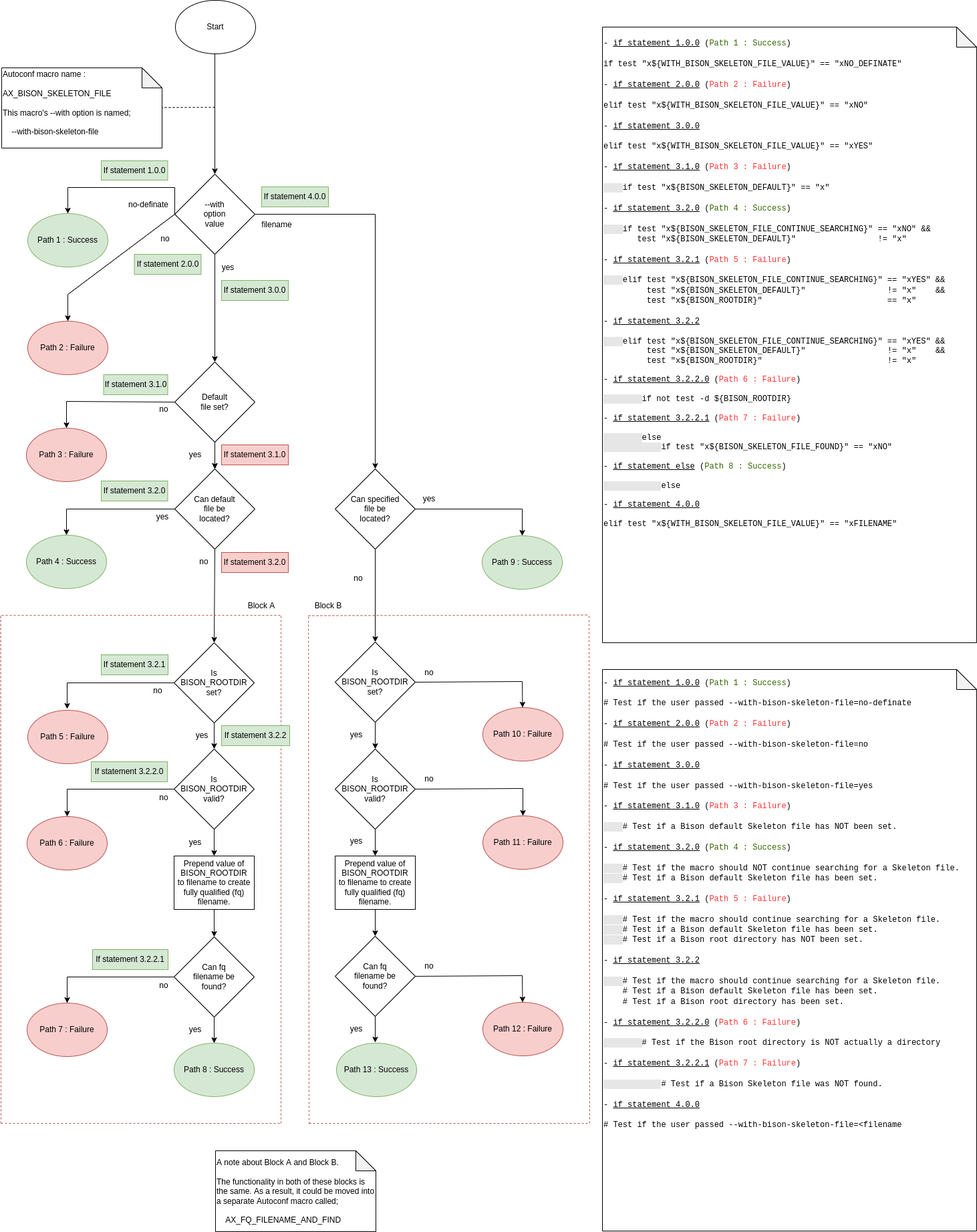
The draw.io diagram images/flowchart.png in c-sanders/AutoconfMacro-BisonSkeleton, before a commit. Source tidied: cells renumbered, new cells last; positions are measured from the earlier drawing's top-left corner, leaving out a move shared by most shapes.
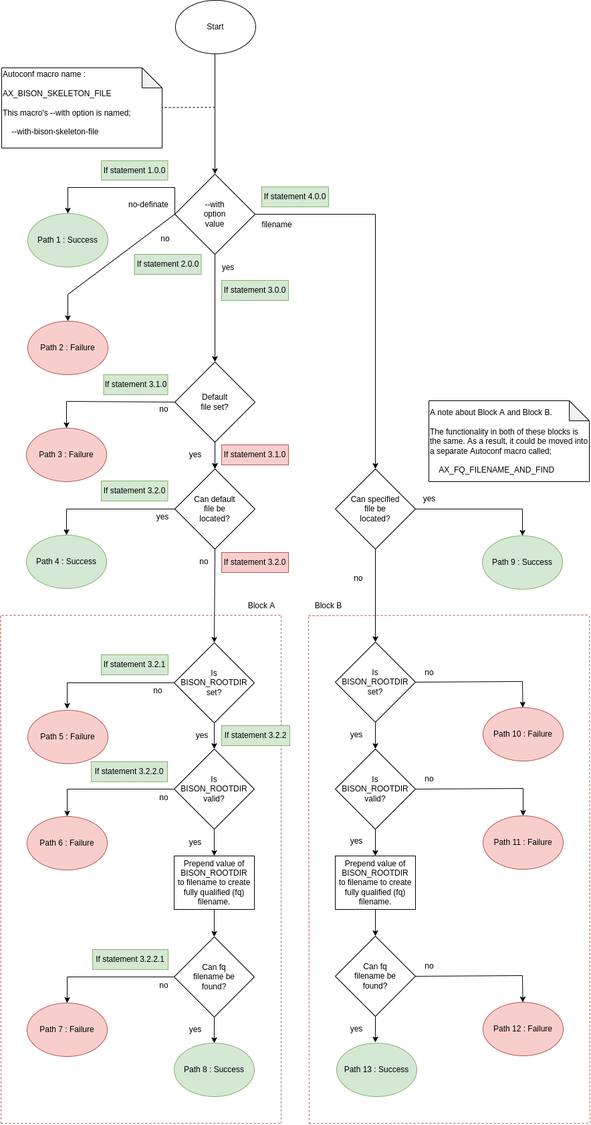
Above is the later version.

Change to the diagram source:
```diff
@@ -261,7 +261,7 @@
       <mxGeometry x="460" y="891" width="60" height="30" as="geometry" />
     </mxCell>
     <mxCell id="74" value="A note about Block A and Block B.&lt;br&gt;&lt;br&gt;The functionality in both of these blocks is the same. As a result, it could be moved into a separate Autoconf macro called;&lt;br&gt;&lt;br&gt;&amp;nbsp; &amp;nbsp; AX_FQ_FILENAME_AND_FIND" style="shape=note;whiteSpace=wrap;html=1;backgroundOutline=1;darkOpacity=0.05;align=left;" parent="1" vertex="1">
-      <mxGeometry x="321" y="1721" width="240" height="121" as="geometry" />
+      <mxGeometry x="640" y="599" width="240" height="121" as="geometry" />
     </mxCell>
     <mxCell id="75" style="endArrow=none;dashed=1;html=1;rounded=0;fillColor=#f8cecc;strokeColor=#b85450;" parent="1" edge="1">
       <mxGeometry relative="1" as="geometry">
@@ -388,11 +388,5 @@
     <mxCell id="101" value="If statement 3.1.0" style="text;html=1;strokeColor=#b85450;fillColor=#f8cecc;align=center;verticalAlign=middle;whiteSpace=wrap;rounded=0;" parent="1" vertex="1">
       <mxGeometry x="330" y="665" width="100" height="30" as="geometry" />
     </mxCell>
-    <mxCell id="102" value="&lt;font face=&quot;Courier New&quot;&gt;- &lt;u&gt;if statement 1.0.0&lt;/u&gt; (&lt;font style=&quot;&quot; color=&quot;#336600&quot;&gt;Path 1 : Success&lt;/font&gt;)&lt;br&gt;&lt;br&gt;if test &quot;x${WITH_BISON_SKELETON_FILE_VALUE}&quot; == &quot;xNO_DEFINATE&quot;&lt;br&gt;&lt;br&gt;- &lt;u&gt;if statement 2.0.0&lt;/u&gt; (&lt;font color=&quot;#ff3333&quot;&gt;Path 2 : Failure&lt;/font&gt;)&lt;br&gt;&lt;br&gt;elif test &quot;x${WITH_BISON_SKELETON_FILE_VALUE}&quot; == &quot;xNO&quot;&lt;br&gt;&lt;br&gt;- &lt;u&gt;if statement 3.0.0&lt;/u&gt;&lt;br&gt;&lt;br&gt;elif test &quot;x${WITH_BISON_SKELETON_FILE_VALUE}&quot; == &quot;xYES&quot;&lt;br&gt;&lt;br&gt;- &lt;u&gt;if statement 3.1.0&lt;/u&gt; (&lt;font color=&quot;#ff3333&quot;&gt;Path 3 : Failure&lt;/font&gt;)&lt;br&gt;&lt;br&gt;&lt;span style=&quot;background-color: rgb(230, 230, 230);&quot;&gt;&amp;nbsp; &amp;nbsp; &lt;/span&gt;if test &quot;x${BISON_SKELETON_DEFAULT}&quot; == &quot;x&quot;&lt;br&gt;&lt;br&gt;- &lt;u&gt;if statement 3.2.0&lt;/u&gt; (&lt;font color=&quot;#336600&quot;&gt;Path 4 : Success&lt;/font&gt;)&lt;br&gt;&lt;br&gt;&lt;span style=&quot;background-color: rgb(230, 230, 230);&quot;&gt;&amp;nbsp; &amp;nbsp;&amp;nbsp;&lt;/span&gt;&lt;span style=&quot;background-color: initial;&quot;&gt;if test &quot;x${BISON_SKELETON_FILE_CONTINUE_SEARCHING}&quot; == &quot;xNO&quot; &amp;amp;&amp;amp;&lt;/span&gt;&lt;/font&gt;&lt;div&gt;&lt;font face=&quot;Courier New&quot;&gt;&amp;nbsp; &amp;nbsp; &amp;nbsp; &amp;nbsp;test &quot;x${BISON_SKELETON_DEFAULT}&quot;&amp;nbsp; &amp;nbsp; &amp;nbsp; &amp;nbsp; &amp;nbsp; &amp;nbsp; &amp;nbsp; &amp;nbsp; &amp;nbsp;!= &quot;x&quot;&lt;/font&gt;&lt;/div&gt;&lt;font face=&quot;Courier New&quot;&gt;&lt;br&gt;- &lt;u&gt;if statement 3.2.1&lt;/u&gt; (&lt;font color=&quot;#ff3333&quot;&gt;Path 5 : Failure&lt;/font&gt;)&lt;br&gt;&lt;br&gt;&lt;/font&gt;&lt;div&gt;&lt;font face=&quot;Courier New&quot;&gt;&lt;span style=&quot;background-color: rgb(230, 230, 230);&quot;&gt;&amp;nbsp; &amp;nbsp; &lt;/span&gt;elif test &quot;x${BISON_SKELETON_FILE_CONTINUE_SEARCHING}&quot; == &quot;xYES&quot; &amp;amp;&amp;amp;&lt;/font&gt;&lt;/div&gt;&lt;div&gt;&lt;font face=&quot;Courier New&quot;&gt;&amp;nbsp; &amp;nbsp; &amp;nbsp; &amp;nbsp; &amp;nbsp;test &quot;x${BISON_SKELETON_DEFAULT}&quot;&amp;nbsp; &amp;nbsp; &amp;nbsp; &amp;nbsp; &amp;nbsp; &amp;nbsp; &amp;nbsp; &amp;nbsp; &amp;nbsp;!= &quot;x&quot;&amp;nbsp; &amp;nbsp; &amp;amp;&amp;amp;&lt;/font&gt;&lt;/div&gt;&lt;div&gt;&lt;font face=&quot;Courier New&quot;&gt;&amp;nbsp; &amp;nbsp; &amp;nbsp; &amp;nbsp; &amp;nbsp;test &quot;x${BISON_ROOTDIR}&quot;&amp;nbsp; &amp;nbsp; &amp;nbsp; &amp;nbsp; &amp;nbsp; &amp;nbsp; &amp;nbsp; &amp;nbsp; &amp;nbsp; &amp;nbsp; &amp;nbsp; &amp;nbsp; &amp;nbsp; == &quot;x&quot;&lt;/font&gt;&lt;/div&gt;&lt;font face=&quot;Courier New&quot;&gt;&lt;br&gt;- &lt;u&gt;if statement 3.2.2&lt;/u&gt;&lt;br&gt;&lt;br&gt;&lt;div&gt;&lt;span style=&quot;background-color: rgb(230, 230, 230);&quot;&gt;&amp;nbsp; &amp;nbsp; &lt;/span&gt;elif test &quot;x${BISON_SKELETON_FILE_CONTINUE_SEARCHING}&quot; == &quot;xYES&quot; &amp;amp;&amp;amp;&lt;/div&gt;&lt;div&gt;&amp;nbsp; &amp;nbsp; &amp;nbsp; &amp;nbsp; &amp;nbsp;test &quot;x${BISON_SKELETON_DEFAULT}&quot;&amp;nbsp; &amp;nbsp; &amp;nbsp; &amp;nbsp; &amp;nbsp; &amp;nbsp; &amp;nbsp; &amp;nbsp; &amp;nbsp;!= &quot;x&quot;&amp;nbsp; &amp;nbsp; &amp;amp;&amp;amp;&lt;/div&gt;&lt;div&gt;&amp;nbsp; &amp;nbsp; &amp;nbsp; &amp;nbsp; &amp;nbsp;test &quot;x${BISON_ROOTDIR}&quot;&amp;nbsp; &amp;nbsp; &amp;nbsp; &amp;nbsp; &amp;nbsp; &amp;nbsp; &amp;nbsp; &amp;nbsp; &amp;nbsp; &amp;nbsp; &amp;nbsp; &amp;nbsp; &amp;nbsp; != &quot;x&quot;&lt;/div&gt;&lt;div&gt;&lt;br&gt;&lt;/div&gt;&lt;div&gt;- &lt;u&gt;if statement 3.2.2.0&lt;/u&gt; (&lt;font color=&quot;#ff3333&quot;&gt;Path 6 : Failure&lt;/font&gt;)&lt;/div&gt;&lt;div&gt;&lt;br&gt;&lt;/div&gt;&lt;div&gt;&lt;span style=&quot;background-color: rgb(230, 230, 230);&quot;&gt;&amp;nbsp; &amp;nbsp; &amp;nbsp; &amp;nbsp; &lt;/span&gt;&lt;span style=&quot;background-color: initial;&quot;&gt;if not test -d ${BISON_ROOTDIR}&lt;/span&gt;&lt;/div&gt;&lt;div&gt;&lt;br&gt;&lt;/div&gt;&lt;div&gt;- &lt;u&gt;if statement 3.2.2.1&lt;/u&gt; (&lt;font color=&quot;#ff3333&quot;&gt;Path 7 : Failure&lt;/font&gt;)&lt;/div&gt;&lt;div&gt;&lt;br&gt;&lt;/div&gt;&lt;div&gt;&lt;span style=&quot;background-color: rgb(230, 230, 230);&quot;&gt;&amp;nbsp; &amp;nbsp; &amp;nbsp; &amp;nbsp; &lt;/span&gt;else&lt;/div&gt;&lt;div&gt;&lt;span style=&quot;background-color: rgb(230, 230, 230);&quot;&gt;&amp;nbsp; &amp;nbsp; &amp;nbsp; &amp;nbsp; &amp;nbsp; &amp;nbsp; &lt;/span&gt;if&amp;nbsp;test &quot;x${BISON_SKELETON_FILE_FOUND}&quot; == &quot;xNO&quot;&lt;/div&gt;&lt;div&gt;&lt;br&gt;&lt;/div&gt;&lt;div&gt;- &lt;u&gt;if statement else&lt;/u&gt; (&lt;font color=&quot;#336600&quot;&gt;Path 8 : Success&lt;/font&gt;)&lt;/div&gt;&lt;div&gt;&lt;br&gt;&lt;/div&gt;&lt;div&gt;&lt;span style=&quot;background-color: rgb(230, 230, 230);&quot;&gt;&amp;nbsp; &amp;nbsp; &amp;nbsp; &amp;nbsp; &amp;nbsp; &amp;nbsp; &lt;/span&gt;else&lt;/div&gt;&lt;div&gt;&lt;br&gt;&lt;/div&gt;&lt;div&gt;- &lt;u&gt;if statement 4.0.0&lt;/u&gt;&lt;br&gt;&lt;br&gt;elif test &quot;x${WITH_BISON_SKELETON_FILE_VALUE}&quot; == &quot;xFILENAME&quot;&lt;br&gt;&lt;/div&gt;&lt;br&gt;&lt;br&gt;&lt;br&gt;&lt;br&gt;&lt;br&gt;&lt;br&gt;&lt;br&gt;&lt;br&gt;&lt;br&gt;&lt;br&gt;&lt;/font&gt;" style="shape=note;whiteSpace=wrap;html=1;backgroundOutline=1;darkOpacity=0.05;align=left;" parent="1" vertex="1">
-      <mxGeometry x="900" y="40" width="560" height="921" as="geometry" />
-    </mxCell>
-    <mxCell id="103" value="&lt;font face=&quot;Courier New&quot;&gt;- &lt;u&gt;if statement 1.0.0&lt;/u&gt; (&lt;font color=&quot;#336600&quot;&gt;Path 1 : Success&lt;/font&gt;)&lt;br&gt;&lt;br&gt;# Test if the user passed --with-bison-skeleton-file=no-definate&lt;br&gt;&lt;br&gt;- &lt;u&gt;if statement 2.0.0&lt;/u&gt; (&lt;font color=&quot;#ff3333&quot;&gt;Path 2 : Failure&lt;/font&gt;)&lt;br&gt;&lt;br&gt;# Test if the&amp;nbsp;&lt;/font&gt;&lt;span style=&quot;font-family: &amp;quot;Courier New&amp;quot;;&quot;&gt;user passed --with-bison-skeleton-file=no&lt;br&gt;&lt;/span&gt;&lt;font face=&quot;Courier New&quot;&gt;&lt;br&gt;- &lt;u&gt;if statement 3.0.0&lt;/u&gt;&lt;br&gt;&lt;br&gt;#&amp;nbsp;&lt;/font&gt;&lt;font face=&quot;Courier New&quot;&gt;Test if the&amp;nbsp;&lt;/font&gt;&lt;span style=&quot;font-family: &amp;quot;Courier New&amp;quot;;&quot;&gt;user passed --with-bison-skeleton-file=yes&lt;br&gt;&lt;/span&gt;&lt;font face=&quot;Courier New&quot;&gt;&lt;br&gt;- &lt;u&gt;if statement 3.1.0&lt;/u&gt; (&lt;font color=&quot;#ff3333&quot;&gt;Path 3 : Failure&lt;/font&gt;)&lt;br&gt;&lt;br&gt;&lt;span style=&quot;background-color: rgb(230, 230, 230);&quot;&gt;&amp;nbsp; &amp;nbsp; &lt;/span&gt;# Test if a Bison default Skeleton file has NOT been set.&lt;br&gt;&lt;br&gt;- &lt;u&gt;if statement 3.2.0&lt;/u&gt; (&lt;font color=&quot;#336600&quot;&gt;Path 4 : Success&lt;/font&gt;)&lt;br&gt;&lt;br&gt;&lt;span style=&quot;background-color: rgb(230, 230, 230);&quot;&gt;&amp;nbsp; &amp;nbsp; &lt;/span&gt;# Test if the macro should NOT continue searching for a Skeleton file.&lt;br&gt;&lt;span style=&quot;background-color: rgb(230, 230, 230);&quot;&gt;&amp;nbsp; &amp;nbsp; &lt;/span&gt;# Test if a Bison default Skeleton file has been set.&lt;br&gt;&lt;br&gt;- &lt;u&gt;if statement 3.2.1&lt;/u&gt; (&lt;font color=&quot;#ff3333&quot;&gt;Path 5 : Failure&lt;/font&gt;)&lt;br&gt;&lt;br&gt;&lt;span style=&quot;background-color: rgb(230, 230, 230);&quot;&gt;&amp;nbsp; &amp;nbsp; &lt;/span&gt;# Test if the macro should continue searching for a Skeleton file.&lt;br&gt;&lt;/font&gt;&lt;span style=&quot;font-family: &amp;quot;Courier New&amp;quot;;&quot;&gt;&lt;span style=&quot;background-color: rgb(230, 230, 230);&quot;&gt;&amp;nbsp; &amp;nbsp; &lt;/span&gt;# Test if a Bison default Skeleton file has been set.&lt;br&gt;&lt;/span&gt;&lt;font face=&quot;Courier New&quot;&gt;&lt;span style=&quot;background-color: rgb(230, 230, 230);&quot;&gt;&amp;nbsp; &amp;nbsp; &lt;/span&gt;# Test if a Bison root directory has NOT been set.&lt;br&gt;&lt;br&gt;- &lt;u&gt;if statement 3.2.2&lt;/u&gt;&lt;br&gt;&lt;br&gt;&lt;span style=&quot;background-color: rgb(230, 230, 230);&quot;&gt;&amp;nbsp; &amp;nbsp; &lt;/span&gt;#&amp;nbsp;&lt;/font&gt;&lt;span style=&quot;font-family: &amp;quot;Courier New&amp;quot;;&quot;&gt;Test if the macro should continue searching for a Skeleton file.&lt;br&gt;&lt;/span&gt;&lt;span style=&quot;font-family: &amp;quot;Courier New&amp;quot;;&quot;&gt;&amp;nbsp; &amp;nbsp; # Test if a Bison default Skeleton file has been set.&lt;/span&gt;&lt;font face=&quot;Courier New&quot;&gt;&lt;br&gt;&amp;nbsp; &amp;nbsp; #&amp;nbsp;&lt;/font&gt;&lt;span style=&quot;font-family: &amp;quot;Courier New&amp;quot;;&quot;&gt;Test if a Bison root directory has been set.&lt;br&gt;&lt;/span&gt;&lt;font face=&quot;Courier New&quot;&gt;&lt;br&gt;- &lt;u&gt;if statement 3.2.2.0&lt;/u&gt; (&lt;font color=&quot;#ff3333&quot;&gt;Path 6 : Failure&lt;/font&gt;)&lt;br&gt;&lt;br&gt;&lt;span style=&quot;background-color: rgb(230, 230, 230);&quot;&gt;&amp;nbsp; &amp;nbsp; &amp;nbsp; &amp;nbsp; &lt;/span&gt;# Test if the Bison root directory is NOT actually a directory&lt;br&gt;&lt;br&gt;- &lt;u&gt;if statement 3.2.2.1&lt;/u&gt; (&lt;font color=&quot;#ff3333&quot;&gt;Path 7 : Failure&lt;/font&gt;)&lt;br&gt;&lt;br&gt;&lt;span style=&quot;background-color: rgb(230, 230, 230);&quot;&gt;&amp;nbsp; &amp;nbsp; &amp;nbsp; &amp;nbsp; &amp;nbsp; &amp;nbsp; &lt;/span&gt;# Test if a Bison Skeleton file was NOT found.&lt;br&gt;&lt;br&gt;- &lt;u&gt;if statement 4.0.0&lt;/u&gt;&lt;br&gt;&lt;br&gt;# Test if the user passed --with-bison-skeleton-file=&amp;lt;filename&lt;br&gt;&lt;br&gt;&lt;br&gt;&lt;br&gt;&lt;br&gt;&lt;br&gt;&lt;br&gt;&lt;br&gt;&lt;br&gt;&lt;br&gt;&lt;/font&gt;" style="shape=note;whiteSpace=wrap;html=1;backgroundOutline=1;darkOpacity=0.05;align=left;" parent="1" vertex="1">
-      <mxGeometry x="900" y="1001" width="560" height="840" as="geometry" />
-    </mxCell>
   </root>
 </mxGraphModel>
```
